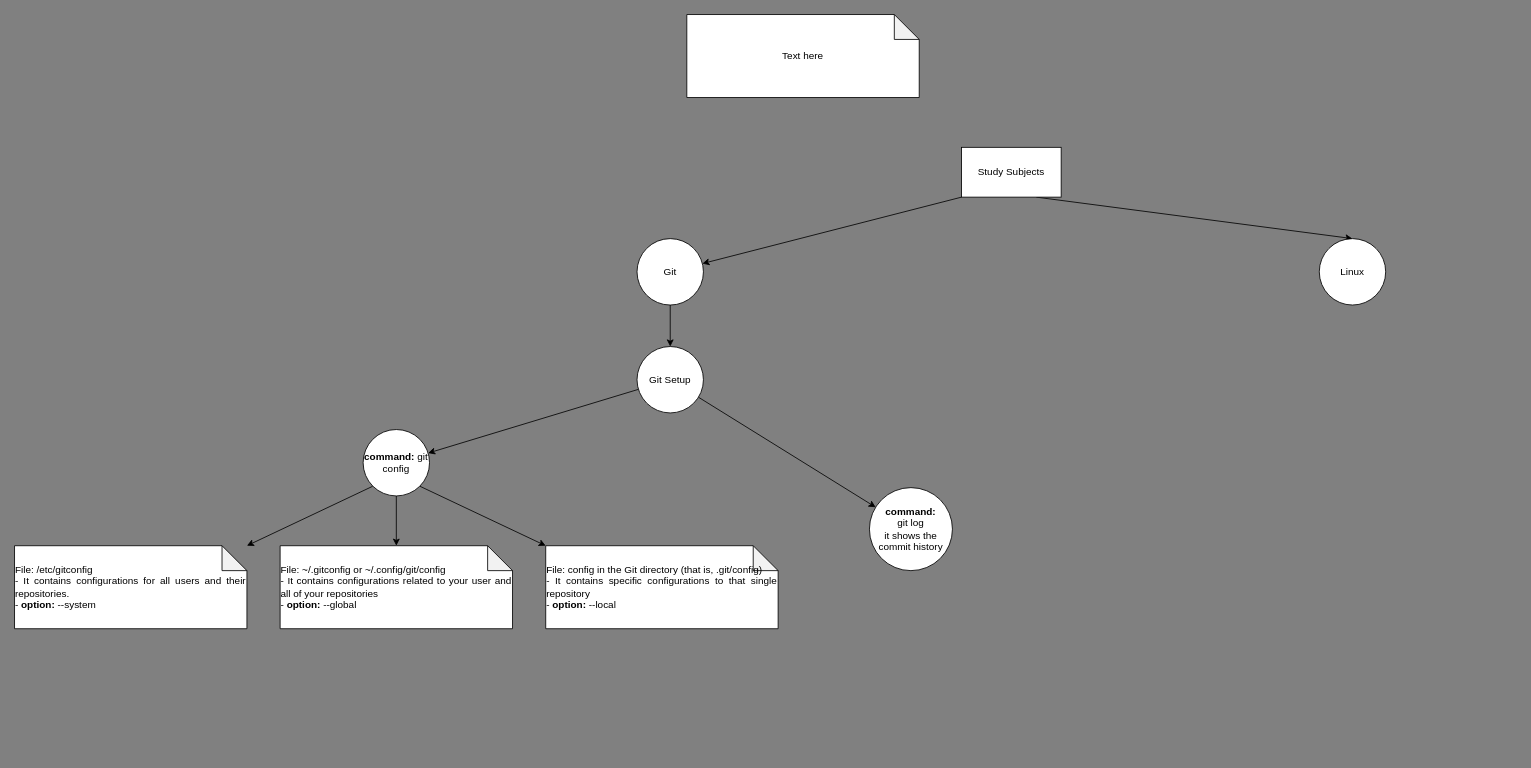
HalexV/study-materials keeps this draw.io diagram as StudyTree.drawio. Above is the earlier version. Source tidied: cells renumbered, new cells numbered last; positions are measured from the earlier drawing's top-left corner, leaving out a move shared by most shapes. Both pictures are drawn from the tidied source at 83%, with x=0, y=0 at pixel (14, 14).
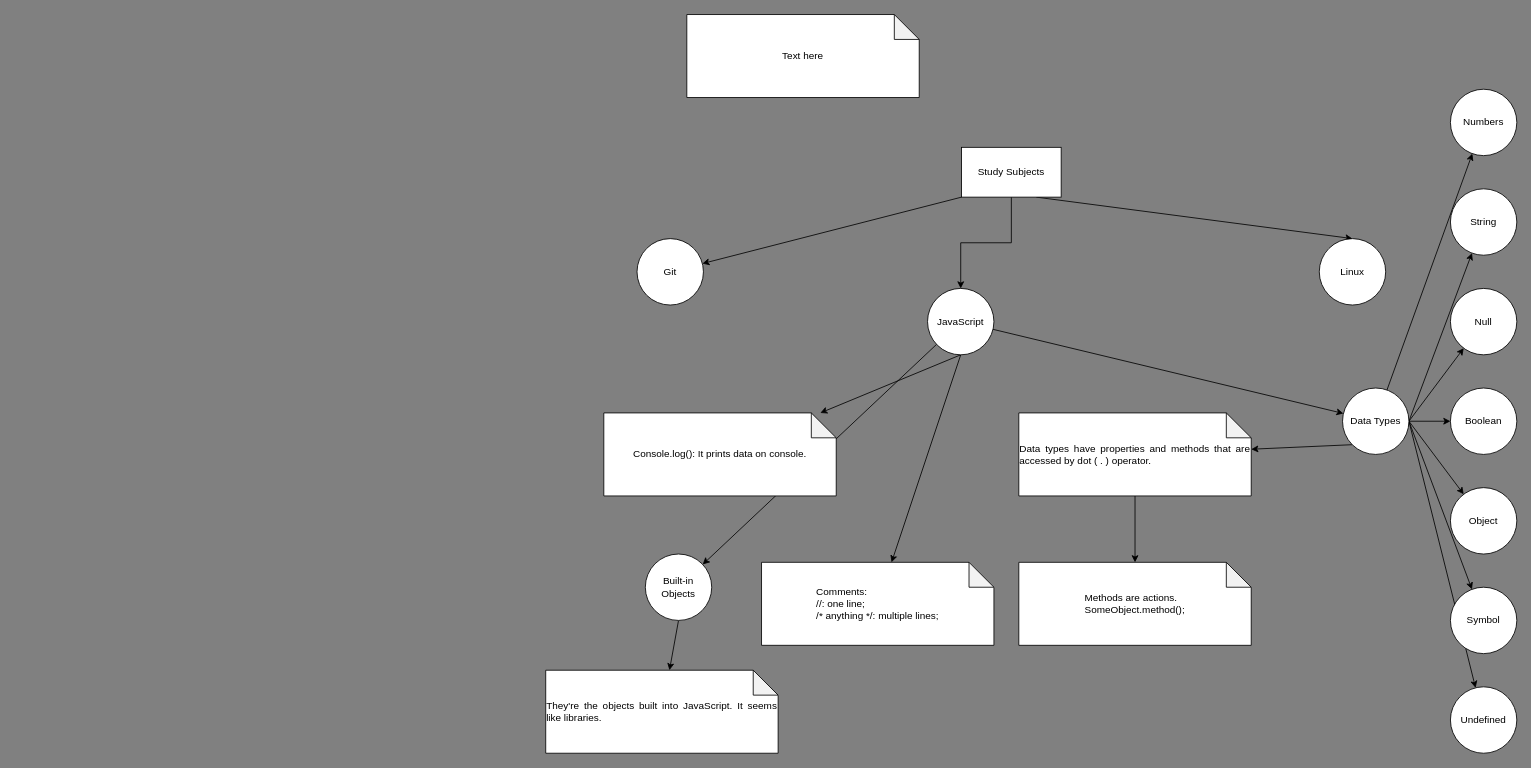
The same diagram, later.

Commit message (it also covers changes not shown here):
Study about JavaScript started.

The change refers to these unchanged cells:
```xml
<mxCell id="4" value="Study Subjects" style="rounded=0;whiteSpace=wrap;html=1;" parent="1" vertex="1">
  <mxGeometry x="1141" y="160" width="120" height="60" as="geometry" />
</mxCell>
```

Change to the diagram source:
```diff
@@
+    <mxCell id="20" style="edgeStyle=orthogonalEdgeStyle;rounded=0;jettySize=auto;html=1;exitX=0.5;exitY=1;exitDx=0;exitDy=0;" parent="1" edge="1" source="4" target="25">
+      <mxGeometry relative="1" as="geometry" />
+    </mxCell>
@@
-    <mxCell id="5" style="rounded=0;jettySize=auto;html=1;orthogonal=1;" parent="1" edge="1" source="6" target="9">
-      <mxGeometry relative="1" as="geometry" />
-    </mxCell>
-    <mxCell id="6" value="Git" style="ellipse;whiteSpace=wrap;html=1;" parent="1" vertex="1">
+    <mxCell id="6" value="Git" style="ellipse;whiteSpace=wrap;html=1;" parent="1" vertex="1" collapsed="1">
       <mxGeometry x="750" y="270" width="80" height="80" as="geometry" />
     </mxCell>
-    <mxCell id="7" style="rounded=0;jettySize=auto;html=1;orthogonal=1;" parent="1" edge="1" source="9" target="14">
-      <mxGeometry relative="1" as="geometry" />
-    </mxCell>
-    <mxCell id="8" style="rounded=0;jettySize=auto;html=1;" parent="1" edge="1" source="9" target="10">
-      <mxGeometry relative="1" as="geometry" />
-    </mxCell>
-    <mxCell id="9" value="Git Setup" style="ellipse;whiteSpace=wrap;html=1;" parent="1" vertex="1">
-      <mxGeometry x="750" y="400" width="80" height="80" as="geometry" />
-    </mxCell>
-    <mxCell id="10" value="&lt;b&gt;command:&lt;/b&gt;&lt;br&gt;git log&lt;br&gt;it shows the commit history" style="ellipse;whiteSpace=wrap;html=1;" parent="1" vertex="1" collapsed="1">
-      <mxGeometry x="1030" y="570" width="100" height="100" as="geometry" />
-    </mxCell>
-    <mxCell id="11" style="rounded=0;jettySize=auto;html=1;exitX=0;exitY=1;exitDx=0;exitDy=0;orthogonal=1;" parent="1" edge="1" source="14" target="17">
-      <mxGeometry relative="1" as="geometry" />
-    </mxCell>
-    <mxCell id="12" style="rounded=0;jettySize=auto;html=1;exitX=0.5;exitY=1;exitDx=0;exitDy=0;orthogonal=1;" parent="1" edge="1" source="14" target="18">
-      <mxGeometry relative="1" as="geometry" />
-    </mxCell>
-    <mxCell id="13" style="rounded=0;jettySize=auto;html=1;exitX=1;exitY=1;exitDx=0;exitDy=0;orthogonal=1;" parent="1" edge="1" source="14" target="19">
-      <mxGeometry relative="1" as="geometry" />
-    </mxCell>
-    <mxCell id="14" value="&lt;b&gt;command:&lt;/b&gt; git config" style="ellipse;whiteSpace=wrap;html=1;" parent="1" vertex="1">
-      <mxGeometry x="420" y="500" width="80" height="80" as="geometry" />
-    </mxCell>
@@
-    <mxCell id="17" value="&lt;div style=&quot;text-align: justify&quot;&gt;File: /etc/gitconfig&lt;/div&gt;&lt;div style=&quot;text-align: justify&quot;&gt;- It contains configurations for all users and their repositories.&lt;/div&gt;&lt;div style=&quot;text-align: justify&quot;&gt;- &lt;b&gt;option:&lt;/b&gt; --system&lt;/div&gt;" style="shape=note;whiteSpace=wrap;html=1;backgroundOutline=1;darkOpacity=0.05;" parent="1" vertex="1">
-      <mxGeometry y="640" width="280" height="100" as="geometry" />
-    </mxCell>
-    <mxCell id="18" value="&lt;div style=&quot;text-align: justify&quot;&gt;File: ~/.gitconfig or ~/.config/git/config&lt;/div&gt;&lt;div style=&quot;text-align: justify&quot;&gt;- It contains configurations related to your user and all of your repositories&lt;/div&gt;&lt;div style=&quot;text-align: justify&quot;&gt;- &lt;b&gt;option: &lt;/b&gt;--global&lt;/div&gt;" style="shape=note;whiteSpace=wrap;html=1;backgroundOutline=1;darkOpacity=0.05;" parent="1" vertex="1">
-      <mxGeometry x="320" y="640" width="280" height="100" as="geometry" />
-    </mxCell>
-    <mxCell id="19" value="&lt;div style=&quot;text-align: justify&quot;&gt;File: config in the Git directory (that is, .git/config)&lt;/div&gt;&lt;div style=&quot;text-align: justify&quot;&gt;- It contains specific configurations to that single repository&lt;/div&gt;&lt;div style=&quot;text-align: justify&quot;&gt;- &lt;b&gt;option: &lt;/b&gt;--local&lt;/div&gt;" style="shape=note;whiteSpace=wrap;html=1;backgroundOutline=1;darkOpacity=0.05;" parent="1" vertex="1">
-      <mxGeometry x="640" y="640" width="280" height="100" as="geometry" />
-    </mxCell>
+    <mxCell id="21" style="rounded=0;jettySize=auto;html=1;exitX=0.5;exitY=1;exitDx=0;exitDy=0;" parent="1" edge="1" source="25" target="38">
+      <mxGeometry relative="1" as="geometry" />
+    </mxCell>
+    <mxCell id="22" style="rounded=0;jettySize=auto;html=1;exitX=0.5;exitY=1;exitDx=0;exitDy=0;" parent="1" edge="1" source="25" target="39">
+      <mxGeometry relative="1" as="geometry" />
+    </mxCell>
+    <mxCell id="23" style="rounded=0;jettySize=auto;html=1;" parent="1" edge="1" source="25" target="36">
+      <mxGeometry relative="1" as="geometry" />
+    </mxCell>
+    <mxCell id="24" style="edgeStyle=none;rounded=0;jettySize=auto;html=1;" parent="1" edge="1" source="25" target="27">
+      <mxGeometry relative="1" as="geometry" />
+    </mxCell>
+    <mxCell id="25" value="JavaScript" style="ellipse;whiteSpace=wrap;html=1;" parent="1" vertex="1">
+      <mxGeometry x="1100" y="330" width="80" height="80" as="geometry" />
+    </mxCell>
+    <mxCell id="26" style="edgeStyle=none;rounded=0;jettySize=auto;html=1;exitX=0.5;exitY=1;exitDx=0;exitDy=0;" parent="1" edge="1" source="27" target="49">
+      <mxGeometry relative="1" as="geometry" />
+    </mxCell>
+    <mxCell id="27" value="Built-in Objects" style="ellipse;whiteSpace=wrap;html=1;" parent="1" vertex="1">
+      <mxGeometry x="760" y="650" width="80" height="80" as="geometry" />
+    </mxCell>
+    <mxCell id="28" style="rounded=0;jettySize=auto;html=1;" parent="1" edge="1" source="36" target="37">
+      <mxGeometry relative="1" as="geometry" />
+    </mxCell>
+    <mxCell id="29" style="rounded=0;jettySize=auto;html=1;exitX=1;exitY=0.5;exitDx=0;exitDy=0;" parent="1" edge="1" source="36" target="40">
+      <mxGeometry relative="1" as="geometry" />
+    </mxCell>
+    <mxCell id="30" style="rounded=0;jettySize=auto;html=1;exitX=1;exitY=0.5;exitDx=0;exitDy=0;" parent="1" edge="1" source="36" target="42">
+      <mxGeometry relative="1" as="geometry" />
+    </mxCell>
+    <mxCell id="31" style="rounded=0;jettySize=auto;html=1;exitX=1;exitY=0.5;exitDx=0;exitDy=0;" parent="1" edge="1" source="36" target="41">
+      <mxGeometry relative="1" as="geometry" />
+    </mxCell>
+    <mxCell id="32" style="rounded=0;jettySize=auto;html=1;exitX=1;exitY=0.5;exitDx=0;exitDy=0;" parent="1" edge="1" source="36" target="45">
+      <mxGeometry relative="1" as="geometry" />
+    </mxCell>
+    <mxCell id="33" style="rounded=0;jettySize=auto;html=1;exitX=1;exitY=0.5;exitDx=0;exitDy=0;" parent="1" edge="1" source="36" target="44">
+      <mxGeometry relative="1" as="geometry" />
+    </mxCell>
+    <mxCell id="34" style="rounded=0;jettySize=auto;html=1;exitX=1;exitY=0.5;exitDx=0;exitDy=0;" parent="1" edge="1" source="36" target="43">
+      <mxGeometry relative="1" as="geometry" />
+    </mxCell>
+    <mxCell id="35" style="edgeStyle=none;rounded=0;jettySize=auto;html=1;exitX=0;exitY=1;exitDx=0;exitDy=0;" parent="1" edge="1" source="36" target="47">
+      <mxGeometry relative="1" as="geometry" />
+    </mxCell>
+    <mxCell id="36" value="Data Types" style="ellipse;whiteSpace=wrap;html=1;" parent="1" vertex="1">
+      <mxGeometry x="1600" y="450" width="80" height="80" as="geometry" />
+    </mxCell>
+    <mxCell id="37" value="Numbers" style="ellipse;whiteSpace=wrap;html=1;" parent="1" vertex="1">
+      <mxGeometry x="1730" y="90" width="80" height="80" as="geometry" />
+    </mxCell>
+    <mxCell id="38" value="&lt;div style=&quot;text-align: justify&quot;&gt;Console.log(): It prints data on console.&lt;/div&gt;" style="shape=note;whiteSpace=wrap;html=1;backgroundOutline=1;darkOpacity=0.05;" parent="1" vertex="1">
+      <mxGeometry x="710" y="480" width="280" height="100" as="geometry" />
+    </mxCell>
+    <mxCell id="39" value="&lt;div style=&quot;text-align: justify&quot;&gt;Comments:&lt;/div&gt;&lt;div style=&quot;text-align: justify&quot;&gt;//: one line;&lt;br&gt;/* anything */: multiple lines;&lt;/div&gt;" style="shape=note;whiteSpace=wrap;html=1;backgroundOutline=1;darkOpacity=0.05;" parent="1" vertex="1">
+      <mxGeometry x="900" y="660" width="280" height="100" as="geometry" />
+    </mxCell>
+    <mxCell id="40" value="String" style="ellipse;whiteSpace=wrap;html=1;" parent="1" vertex="1">
+      <mxGeometry x="1730" y="210" width="80" height="80" as="geometry" />
+    </mxCell>
+    <mxCell id="41" value="Boolean" style="ellipse;whiteSpace=wrap;html=1;" parent="1" vertex="1">
+      <mxGeometry x="1730" y="450" width="80" height="80" as="geometry" />
+    </mxCell>
+    <mxCell id="42" value="Null" style="ellipse;whiteSpace=wrap;html=1;" parent="1" vertex="1">
+      <mxGeometry x="1730" y="330" width="80" height="80" as="geometry" />
+    </mxCell>
+    <mxCell id="43" value="Undefined" style="ellipse;whiteSpace=wrap;html=1;" parent="1" vertex="1">
+      <mxGeometry x="1730" y="810" width="80" height="80" as="geometry" />
+    </mxCell>
+    <mxCell id="44" value="Symbol" style="ellipse;whiteSpace=wrap;html=1;" parent="1" vertex="1">
+      <mxGeometry x="1730" y="690" width="80" height="80" as="geometry" />
+    </mxCell>
+    <mxCell id="45" value="Object" style="ellipse;whiteSpace=wrap;html=1;" parent="1" vertex="1">
+      <mxGeometry x="1730" y="570" width="80" height="80" as="geometry" />
+    </mxCell>
+    <mxCell id="46" style="edgeStyle=none;rounded=0;jettySize=auto;html=1;" parent="1" edge="1" source="47" target="48">
+      <mxGeometry relative="1" as="geometry" />
+    </mxCell>
+    <mxCell id="47" value="&lt;div style=&quot;text-align: justify&quot;&gt;Data types have properties and methods that are accessed by dot ( . ) operator.&lt;/div&gt;" style="shape=note;whiteSpace=wrap;html=1;backgroundOutline=1;darkOpacity=0.05;" parent="1" vertex="1">
+      <mxGeometry x="1210" y="480" width="280" height="100" as="geometry" />
+    </mxCell>
+    <mxCell id="48" value="&lt;div style=&quot;text-align: justify&quot;&gt;Methods are actions.&lt;/div&gt;&lt;div style=&quot;text-align: justify&quot;&gt;SomeObject.method();&lt;/div&gt;" style="shape=note;whiteSpace=wrap;html=1;backgroundOutline=1;darkOpacity=0.05;" parent="1" vertex="1">
+      <mxGeometry x="1210" y="660" width="280" height="100" as="geometry" />
+    </mxCell>
+    <mxCell id="49" value="&lt;div style=&quot;text-align: justify&quot;&gt;They're the objects built into JavaScript. It seems like libraries.&lt;/div&gt;" style="shape=note;whiteSpace=wrap;html=1;backgroundOutline=1;darkOpacity=0.05;" parent="1" vertex="1">
+      <mxGeometry x="640" y="790" width="280" height="100" as="geometry" />
+    </mxCell>
```
